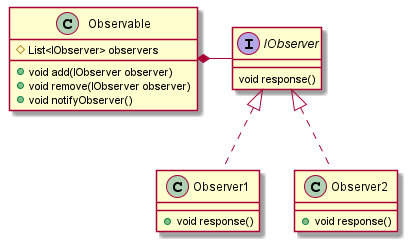
Earlier version of the PlantUML export DesignPatternlib/README.assets/observer.png (Joshua-Lu/MyStudyApp). Source of this version:
```plantuml
@startuml

interface IObserver {
    void response()
}
class Observer1 implements IObserver {
    + void response()
}
class Observer2 implements IObserver {
    + void response()
}
class Observable {
    # List<IObserver> observers
    + void add(IObserver observer)
    + void remove(IObserver observer)
    + void notifyObserver()
}
Observable *- IObserver

@enduml
```
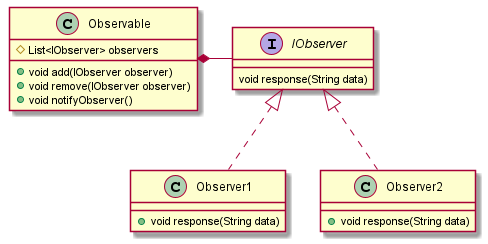
Above is the later version.

Commit message:
add observer pattern example WeatherStation

The edit, as a diff of the source:
```diff
@@ -1,13 +1,13 @@
 @startuml
 
 interface IObserver {
-    void response()
+    void response(String data)
 }
 class Observer1 implements IObserver {
-    + void response()
+    + void response(String data)
 }
 class Observer2 implements IObserver {
-    + void response()
+    + void response(String data)
 }
 class Observable {
     # List<IObserver> observers
```
